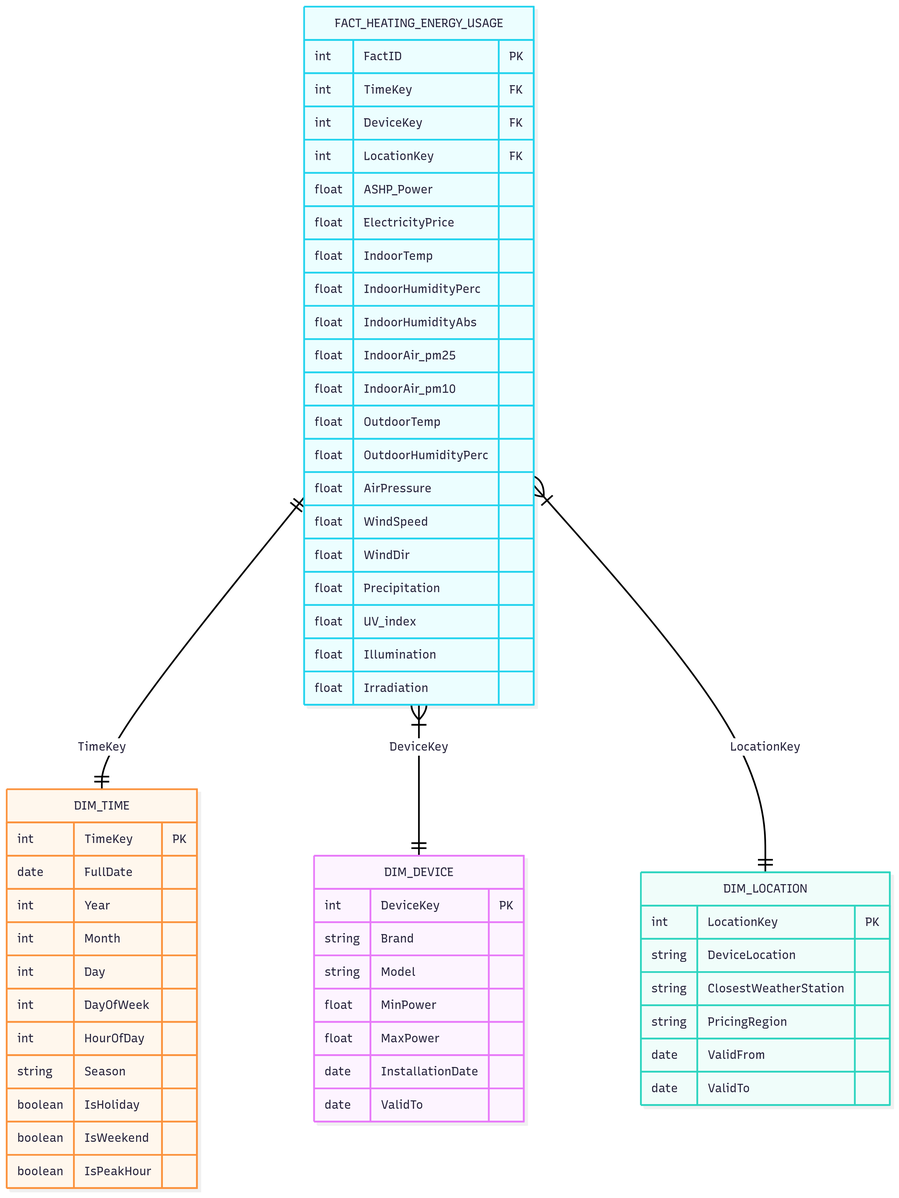
This is Star_schema.png from LauriLopp/DE_project_01_2025, a Mermaid export, as it was before one commit. Its source is kept beside it as Star_schema.mmd. Source of this version:
```mermaid
erDiagram

    DIM_DEVICE {
        int DeviceKey PK
        string Brand
        string Model
        float MinPower
        float MaxPower
        date InstallationDate
        date ValidTo
    }

    DIM_LOCATION {
        int LocationKey PK
        string DeviceLocation
        string ClosestWeatherStation
        string PricingRegion
        date ValidFrom
        date ValidTo
    }

    DIM_TIME {
        int TimeKey PK
        date FullDate
        int Year
        int Month
        int Day
        int DayOfWeek
        int HourOfDay
        string Season
        boolean IsHoliday
        boolean IsWeekend
        boolean IsPeakHour
    }


    FACT_HEATING_ENERGY_USAGE {
        int FactID PK
        int TimeKey FK
        int DeviceKey FK
        int LocationKey FK
        float ASHP_Power
        float ElectricityPrice
        float IndoorTemp
        float IndoorHumidityPerc
        float IndoorHumidityAbs
        float IndoorAir_pm25
        float IndoorAir_pm10
        float OutdoorTemp
        float OutdoorHumidityPerc
        float AirPressure
        float WindSpeed
        float WindDir
        float Precipitation
        float UV_index
        float Illumination
        float Irradiation
    }


    FACT_HEATING_ENERGY_USAGE ||--|| DIM_TIME : "TimeKey"
    FACT_HEATING_ENERGY_USAGE }|--|| DIM_DEVICE : "DeviceKey"
    FACT_HEATING_ENERGY_USAGE }|--|| DIM_LOCATION : "LocationKey"
```
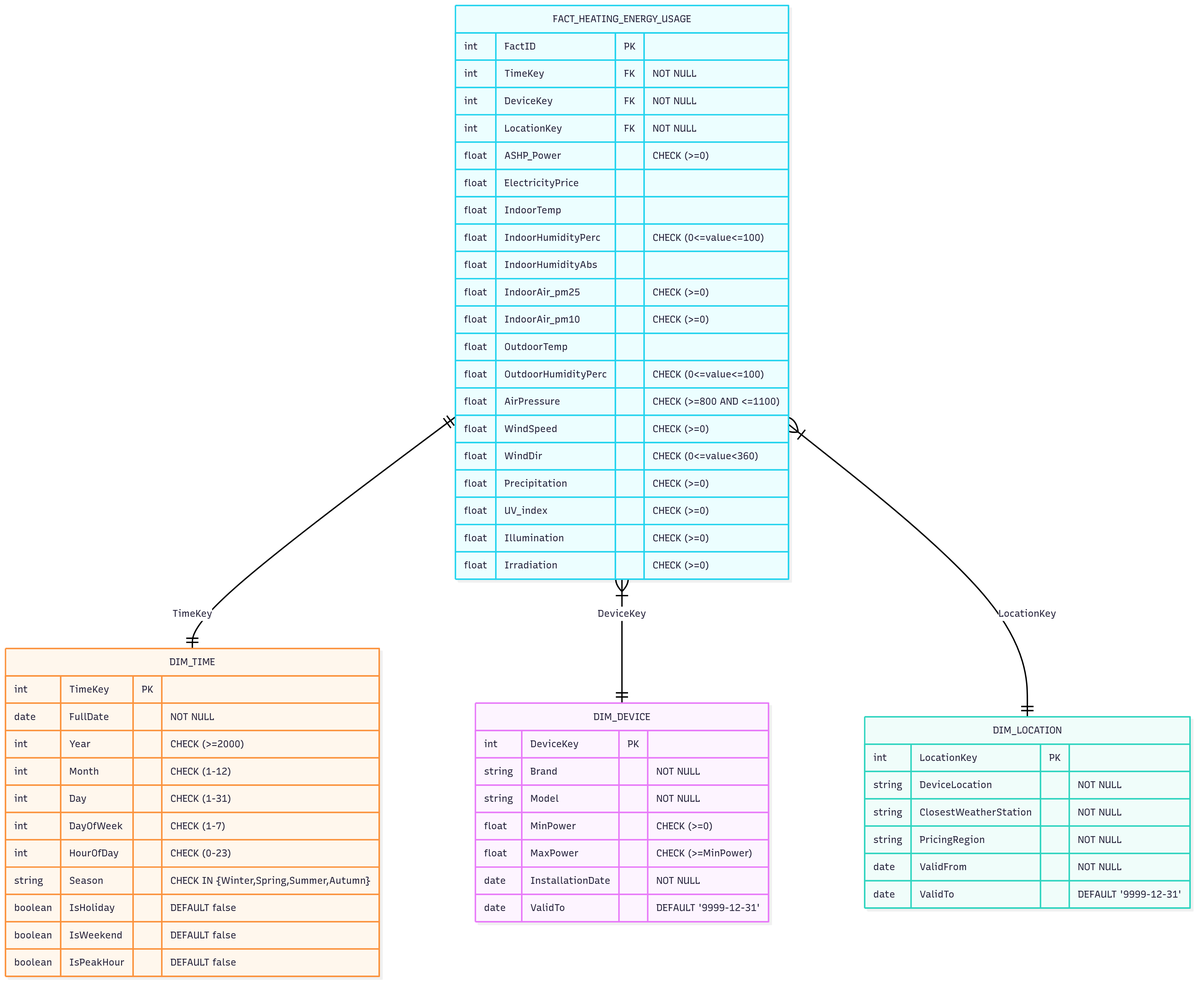
After the commit.

Commit message:
Added NULL and other data checks to Star Schema. Demo queries to answer business questions.

The edit, as a diff of the source:
```diff
@@ -2,59 +2,59 @@
 
     DIM_DEVICE {
         int DeviceKey PK
-        string Brand
-        string Model
-        float MinPower
-        float MaxPower
-        date InstallationDate
-        date ValidTo
+        string Brand "NOT NULL"
+        string Model "NOT NULL"
+        float MinPower "CHECK (>=0)"
+        float MaxPower "CHECK (>=MinPower)"
+        date InstallationDate "NOT NULL"
+        date ValidTo "DEFAULT '9999-12-31'"
     }
 
     DIM_LOCATION {
         int LocationKey PK
-        string DeviceLocation
-        string ClosestWeatherStation
-        string PricingRegion
-        date ValidFrom
-        date ValidTo
+        string DeviceLocation "NOT NULL"
+        string ClosestWeatherStation "NOT NULL"
+        string PricingRegion "NOT NULL"
+        date ValidFrom "NOT NULL"
+        date ValidTo "DEFAULT '9999-12-31'"
     }
 
     DIM_TIME {
         int TimeKey PK
-        date FullDate
-        int Year
-        int Month
-        int Day
-        int DayOfWeek
-        int HourOfDay
-        string Season
-        boolean IsHoliday
-        boolean IsWeekend
-        boolean IsPeakHour
+        date FullDate "NOT NULL"
+        int Year "CHECK (>=2000)"
+        int Month "CHECK (1-12)"
+        int Day "CHECK (1-31)"
+        int DayOfWeek "CHECK (1-7)"
+        int HourOfDay "CHECK (0-23)"
+        string Season "CHECK IN {Winter,Spring,Summer,Autumn}"
+        boolean IsHoliday "DEFAULT false"
+        boolean IsWeekend "DEFAULT false"
+        boolean IsPeakHour "DEFAULT false"
     }
 
 
     FACT_HEATING_ENERGY_USAGE {
         int FactID PK
-        int TimeKey FK
-        int DeviceKey FK
-        int LocationKey FK
-        float ASHP_Power
+        int TimeKey FK "NOT NULL"
+        int DeviceKey FK "NOT NULL"
+        int LocationKey FK "NOT NULL"
+        float ASHP_Power "CHECK (>=0)"
         float ElectricityPrice
         float IndoorTemp
-        float IndoorHumidityPerc
+        float IndoorHumidityPerc "CHECK (0<=value<=100)"
         float IndoorHumidityAbs
-        float IndoorAir_pm25
-        float IndoorAir_pm10
+        float IndoorAir_pm25 "CHECK (>=0)"
+        float IndoorAir_pm10 "CHECK (>=0)"
         float OutdoorTemp
-        float OutdoorHumidityPerc
-        float AirPressure
-        float WindSpeed
-        float WindDir
-        float Precipitation
-        float UV_index
-        float Illumination
-        float Irradiation
+        float OutdoorHumidityPerc "CHECK (0<=value<=100)"
+        float AirPressure "CHECK (>=800 AND <=1100)"
+        float WindSpeed "CHECK (>=0)"
+        float WindDir "CHECK (0<=value<360)"
+        float Precipitation "CHECK (>=0)"
+        float UV_index "CHECK (>=0)"
+        float Illumination "CHECK (>=0)"
+        float Irradiation "CHECK (>=0)"
     }
 
 
```
